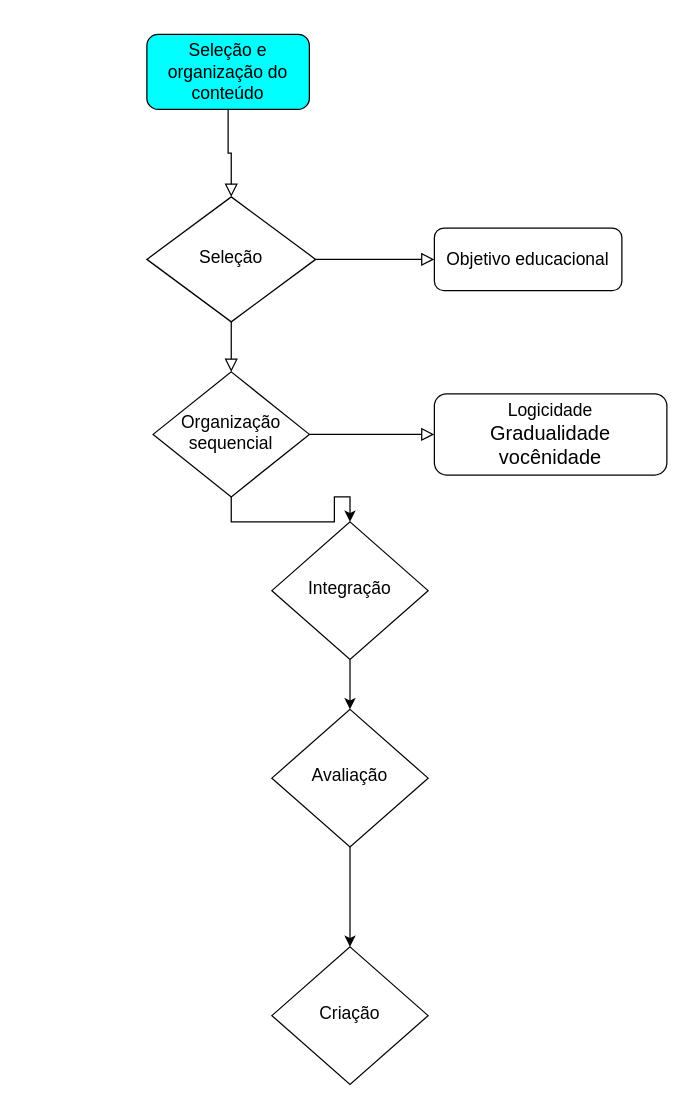
The draw.io diagram etapas bloom.drawio in RosianeSangali/RosianeSangali, before the edit. Source tidied: cells renumbered, new cells numbered last; positions are measured from the earlier drawing's top-left corner, leaving out a move shared by most shapes. Both pictures are drawn from the tidied source at 125%, with x=0, y=0 at pixel (146, 34).
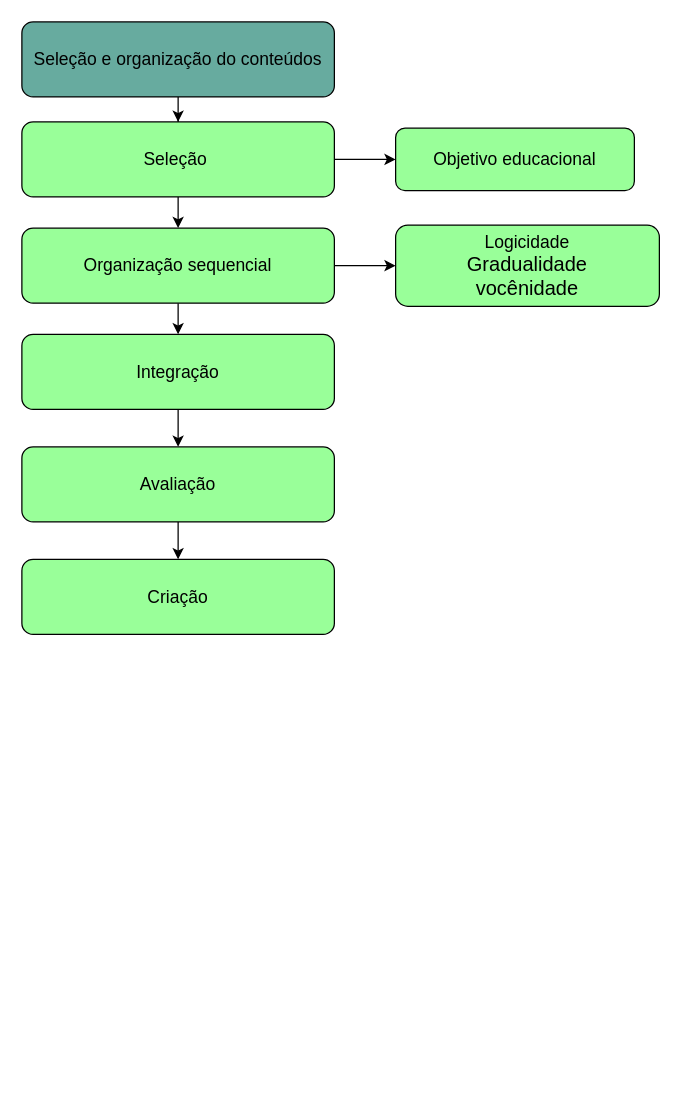
The same page after the edit.

Diff of the diagram source:
```diff
@@
 <mxGraphModel>
   <root>
     <mxCell id="0" />
     <mxCell id="1" parent="0" />
-    <mxCell id="2" style="rounded=0;html=1;jettySize=auto;fontSize=11;endArrow=block;endFill=0;endSize=8;strokeWidth=1;shadow=0;labelBackgroundColor=none;edgeStyle=orthogonalEdgeStyle;" parent="1" edge="1" source="3" target="6">
+    <mxCell id="2" style="edgeStyle=orthogonalEdgeStyle;rounded=0;jettySize=auto;html=1;" parent="1" edge="1" source="3" target="6">
       <mxGeometry relative="1" as="geometry" />
     </mxCell>
-    <mxCell id="3" value="&lt;font style=&quot;vertical-align: inherit; font-size: 14px;&quot;&gt;Seleção e organização do conteúdo&lt;/font&gt;" style="rounded=1;whiteSpace=wrap;html=1;fontSize=12;glass=0;strokeWidth=1;shadow=0;fillColor=#00FFFF;" parent="1" vertex="1">
-      <mxGeometry width="130" height="60" as="geometry" />
+    <mxCell id="3" value="&lt;font style=&quot;vertical-align: inherit; font-size: 14px;&quot;&gt;Seleção e organização do conteúdos&lt;/font&gt;" style="rounded=1;whiteSpace=wrap;html=1;fontSize=12;glass=0;strokeWidth=1;shadow=0;fillColor=#67AB9F;" parent="1" vertex="1">
+      <mxGeometry x="-100" y="-10" width="250" height="60" as="geometry" />
     </mxCell>
+    <mxCell id="7" value="&lt;font style=&quot;vertical-align: inherit; font-size: 14px;&quot;&gt;Objetivo educacional&lt;/font&gt;" style="rounded=1;whiteSpace=wrap;html=1;fontSize=12;glass=0;strokeWidth=1;shadow=0;fillColor=#99FF99;" parent="1" vertex="1">
+      <mxGeometry x="199" y="75" width="191" height="50" as="geometry" />
+    </mxCell>
-    <mxCell id="4" style="rounded=0;html=1;jettySize=auto;fontSize=11;endArrow=block;endFill=0;endSize=8;strokeWidth=1;shadow=0;labelBackgroundColor=none;edgeStyle=orthogonalEdgeStyle;" parent="1" edge="1" source="6" target="10">
-      <mxGeometry y="20" relative="1" as="geometry" />
+    <mxCell id="4" style="edgeStyle=orthogonalEdgeStyle;rounded=0;jettySize=auto;html=1;" parent="1" edge="1" source="6" target="10">
+      <mxGeometry relative="1" as="geometry" />
     </mxCell>
-    <mxCell id="5" style="edgeStyle=orthogonalEdgeStyle;rounded=0;html=1;jettySize=auto;fontSize=11;endArrow=block;endFill=0;endSize=8;strokeWidth=1;shadow=0;labelBackgroundColor=none;" parent="1" edge="1" source="6" target="7">
-      <mxGeometry x="-0.2" y="10" relative="1" as="geometry" />
+    <mxCell id="5" style="edgeStyle=orthogonalEdgeStyle;rounded=0;jettySize=auto;html=1;" parent="1" edge="1" source="6" target="7">
+      <mxGeometry relative="1" as="geometry" />
     </mxCell>
-    <mxCell id="6" value="&lt;font style=&quot;vertical-align: inherit; font-size: 14px;&quot;&gt;Seleção&lt;/font&gt;" style="rhombus;whiteSpace=wrap;html=1;shadow=0;fontFamily=Helvetica;fontSize=12;align=center;strokeWidth=1;spacing=6;spacingTop=-4;" parent="1" vertex="1">
-      <mxGeometry y="130" width="135" height="100" as="geometry" />
+    <mxCell id="6" value="&lt;font style=&quot;vertical-align: inherit; font-size: 14px;&quot;&gt;Seleção&amp;nbsp;&lt;/font&gt;" style="rounded=1;whiteSpace=wrap;html=1;fontSize=12;glass=0;strokeWidth=1;shadow=0;fillColor=#99FF99;" parent="1" vertex="1">
+      <mxGeometry x="-100" y="70" width="250" height="60" as="geometry" />
     </mxCell>
-    <mxCell id="7" value="&lt;font style=&quot;vertical-align: inherit; font-size: 14px;&quot;&gt;Objetivo educacional&lt;/font&gt;" style="rounded=1;whiteSpace=wrap;html=1;fontSize=12;glass=0;strokeWidth=1;shadow=0;" parent="1" vertex="1">
-      <mxGeometry x="230" y="155" width="150" height="50" as="geometry" />
-    </mxCell>
+    <mxCell id="9" style="edgeStyle=orthogonalEdgeStyle;rounded=0;jettySize=auto;html=1;" parent="1" edge="1" source="10" target="13">
+      <mxGeometry relative="1" as="geometry" />
+    </mxCell>
-    <mxCell id="8" style="edgeStyle=orthogonalEdgeStyle;rounded=0;html=1;jettySize=auto;fontSize=11;endArrow=block;endFill=0;endSize=8;strokeWidth=1;shadow=0;labelBackgroundColor=none;" parent="1" edge="1" source="10" target="11">
-      <mxGeometry y="10" relative="1" as="geometry" />
+    <mxCell id="8" style="edgeStyle=orthogonalEdgeStyle;rounded=0;jettySize=auto;html=1;" parent="1" edge="1" source="10" target="11">
+      <mxGeometry relative="1" as="geometry" />
     </mxCell>
-    <mxCell id="9" style="edgeStyle=orthogonalEdgeStyle;rounded=0;jettySize=auto;html=1;" parent="1" edge="1" source="10" target="13">
-      <mxGeometry relative="1" as="geometry" />
-    </mxCell>
-    <mxCell id="10" value="&lt;font style=&quot;vertical-align: inherit; font-size: 14px;&quot;&gt;Organização sequencial&lt;/font&gt;" style="rhombus;whiteSpace=wrap;html=1;shadow=0;fontFamily=Helvetica;fontSize=12;align=center;strokeWidth=1;spacing=6;spacingTop=-4;" parent="1" vertex="1">
-      <mxGeometry x="5" y="270" width="125" height="100" as="geometry" />
+    <mxCell id="10" value="&lt;font style=&quot;vertical-align: inherit; font-size: 14px;&quot;&gt;Organização sequencial&lt;/font&gt;" style="rounded=1;whiteSpace=wrap;html=1;fontSize=12;glass=0;strokeWidth=1;shadow=0;fillColor=#99FF99;" parent="1" vertex="1">
+      <mxGeometry x="-100" y="155" width="250" height="60" as="geometry" />
     </mxCell>
-    <mxCell id="11" value="&lt;font style=&quot;vertical-align: inherit; font-size: 14px;&quot;&gt;Logicidade&lt;/font&gt;&lt;div&gt;&lt;font style=&quot;vertical-align: inherit;&quot; size=&quot;3&quot;&gt;Gradualidade&lt;/font&gt;&lt;/div&gt;&lt;div&gt;&lt;font style=&quot;vertical-align: inherit;&quot; size=&quot;3&quot;&gt;vocênidade&lt;/font&gt;&lt;/div&gt;" style="rounded=1;whiteSpace=wrap;html=1;fontSize=12;glass=0;strokeWidth=1;shadow=0;" parent="1" vertex="1">
-      <mxGeometry x="230" y="287.5" width="186" height="65" as="geometry" />
-    </mxCell>
     <mxCell id="12" style="edgeStyle=orthogonalEdgeStyle;rounded=0;jettySize=auto;html=1;" parent="1" edge="1" source="13" target="15">
       <mxGeometry relative="1" as="geometry" />
     </mxCell>
-    <mxCell id="13" value="&lt;font style=&quot;vertical-align: inherit; font-size: 14px;&quot;&gt;Integração&lt;/font&gt;" style="rhombus;whiteSpace=wrap;html=1;shadow=0;fontFamily=Helvetica;fontSize=12;align=center;strokeWidth=1;spacing=6;spacingTop=-4;" parent="1" vertex="1">
-      <mxGeometry x="100" y="390" width="125" height="110" as="geometry" />
+    <mxCell id="13" value="&lt;font style=&quot;vertical-align: inherit; font-size: 14px;&quot;&gt;Integração&lt;/font&gt;" style="rounded=1;whiteSpace=wrap;html=1;fontSize=12;glass=0;strokeWidth=1;shadow=0;fillColor=#99FF99;" parent="1" vertex="1">
+      <mxGeometry x="-100" y="240" width="250" height="60" as="geometry" />
     </mxCell>
     <mxCell id="14" style="edgeStyle=orthogonalEdgeStyle;rounded=0;jettySize=auto;html=1;" parent="1" edge="1" source="15" target="16">
       <mxGeometry relative="1" as="geometry" />
     </mxCell>
-    <mxCell id="15" value="&lt;font style=&quot;vertical-align: inherit; font-size: 14px;&quot;&gt;Avaliação&lt;/font&gt;" style="rhombus;whiteSpace=wrap;html=1;shadow=0;fontFamily=Helvetica;fontSize=12;align=center;strokeWidth=1;spacing=6;spacingTop=-4;" parent="1" vertex="1">
-      <mxGeometry x="100" y="540" width="125" height="110" as="geometry" />
+    <mxCell id="15" value="&lt;font style=&quot;vertical-align: inherit; font-size: 14px;&quot;&gt;Avaliação&lt;/font&gt;" style="rounded=1;whiteSpace=wrap;html=1;fontSize=12;glass=0;strokeWidth=1;shadow=0;fillColor=#99FF99;" parent="1" vertex="1">
+      <mxGeometry x="-100" y="330" width="250" height="60" as="geometry" />
     </mxCell>
-    <mxCell id="16" value="&lt;font style=&quot;vertical-align: inherit; font-size: 14px;&quot;&gt;Criação&lt;/font&gt;" style="rhombus;whiteSpace=wrap;html=1;shadow=0;fontFamily=Helvetica;fontSize=12;align=center;strokeWidth=1;spacing=6;spacingTop=-4;" parent="1" vertex="1">
-      <mxGeometry x="100" y="730" width="125" height="110" as="geometry" />
+    <mxCell id="16" value="&lt;font style=&quot;vertical-align: inherit; font-size: 14px;&quot;&gt;Criação&lt;/font&gt;" style="rounded=1;whiteSpace=wrap;html=1;fontSize=12;glass=0;strokeWidth=1;shadow=0;fillColor=#99FF99;" parent="1" vertex="1">
+      <mxGeometry x="-100" y="420" width="250" height="60" as="geometry" />
     </mxCell>
+    <mxCell id="11" value="&lt;font style=&quot;vertical-align: inherit; font-size: 14px;&quot;&gt;Logicidade&lt;/font&gt;&lt;div&gt;&lt;font style=&quot;vertical-align: inherit;&quot; size=&quot;3&quot;&gt;Gradualidade&lt;/font&gt;&lt;/div&gt;&lt;div&gt;&lt;font style=&quot;vertical-align: inherit;&quot; size=&quot;3&quot;&gt;vocênidade&lt;/font&gt;&lt;/div&gt;" style="rounded=1;whiteSpace=wrap;html=1;fontSize=12;glass=0;strokeWidth=1;shadow=0;fillColor=#99FF99;" parent="1" vertex="1">
+      <mxGeometry x="199" y="152.5" width="211" height="65" as="geometry" />
+    </mxCell>
   </root>
 </mxGraphModel>
```
